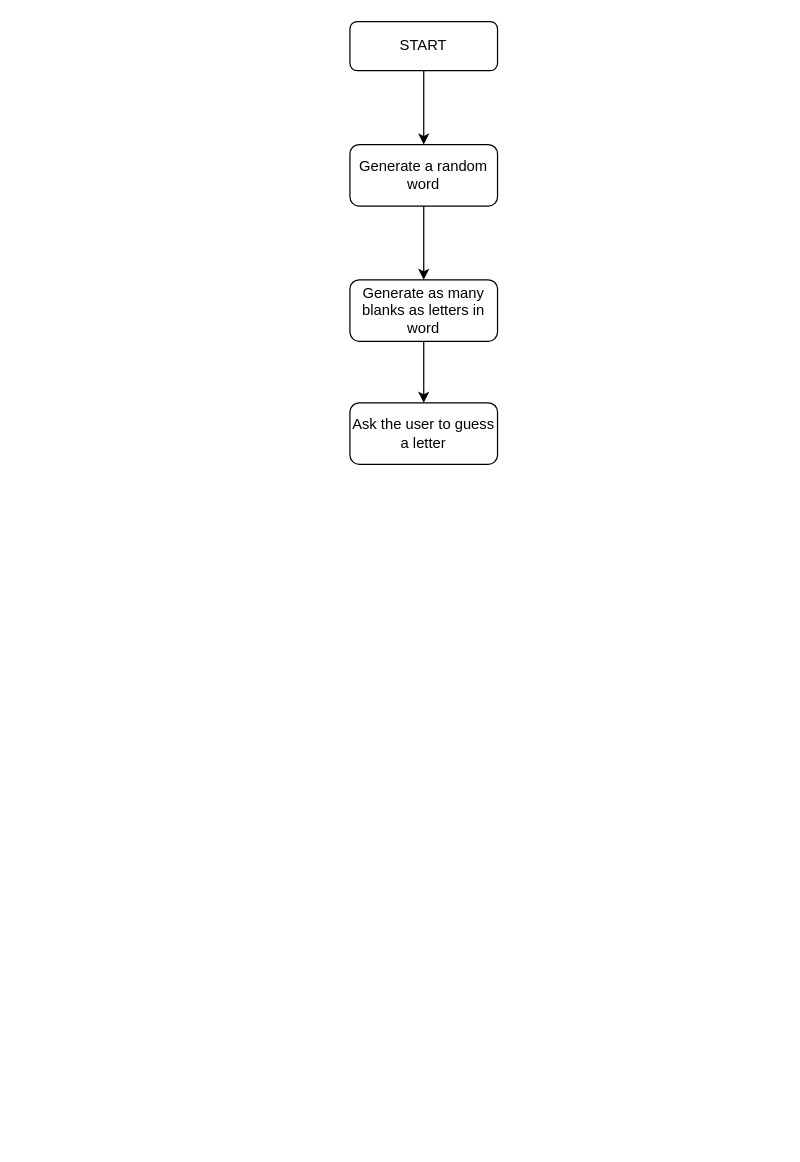
BertinAm/python keeps this draw.io diagram as Untitled Diagram.drawio. Above is the earlier version. Source tidied: cells renumbered, new cells numbered last; positions are measured from the earlier drawing's top-left corner, leaving out a move shared by most shapes. Both pictures are drawn from the tidied source at 123%, with x=0, y=0 at pixel (349, 21).
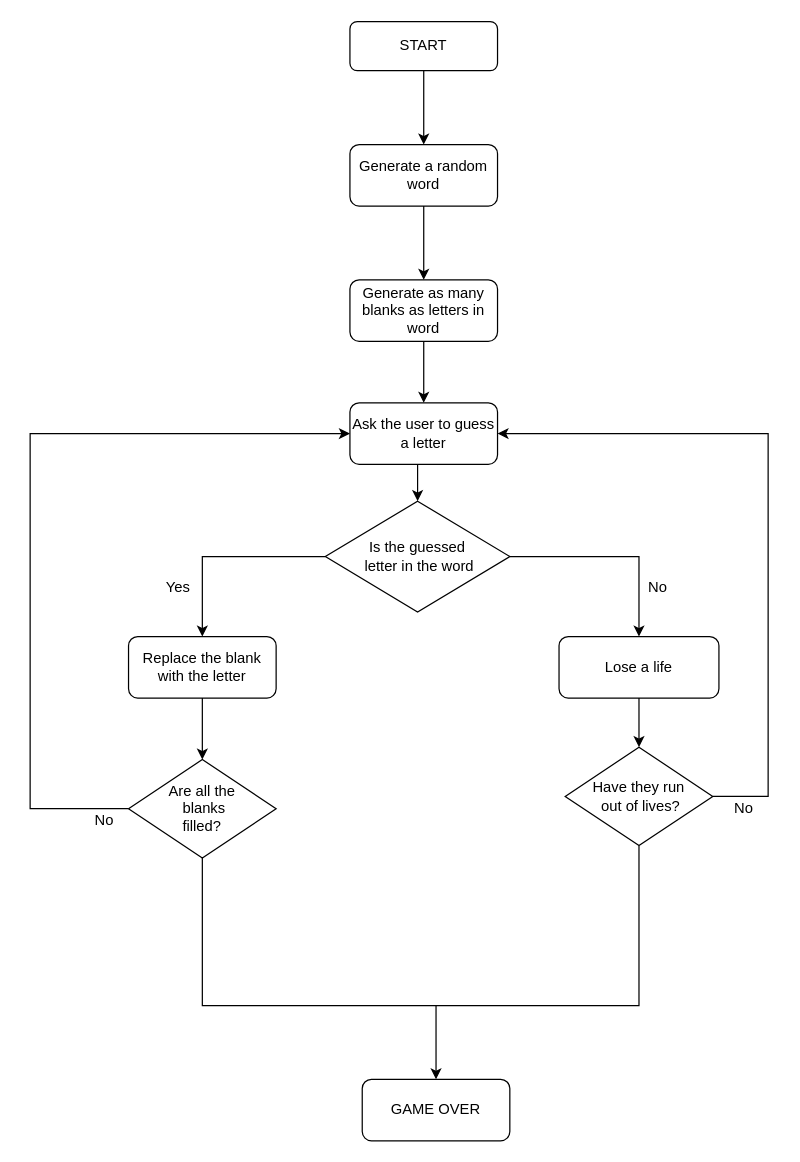
The same diagram, later.

The change refers to these unchanged cells:
```xml
<mxCell id="7" value="Ask the user to guess a letter" style="rounded=1;whiteSpace=wrap;html=1;" parent="1" vertex="1">
  <mxGeometry y="310" width="120" height="50" as="geometry" />
</mxCell>
```

What changed in the source:
```diff
@@
+    <mxCell id="9" style="edgeStyle=orthogonalEdgeStyle;rounded=0;jettySize=auto;html=1;entryX=0.5;entryY=0;entryDx=0;entryDy=0;" parent="1" edge="1" source="7" target="10">
+      <mxGeometry relative="1" as="geometry">
+        <Array as="points">
+          <mxPoint x="55" y="390" />
+          <mxPoint x="55" y="390" />
+        </Array>
+      </mxGeometry>
+    </mxCell>
@@
+    <mxCell id="10" value="Is the guessed&lt;br&gt;&amp;nbsp;letter in the word" style="rhombus;whiteSpace=wrap;html=1;" parent="1" vertex="1">
+      <mxGeometry x="-20" y="390" width="150" height="90" as="geometry" />
+    </mxCell>
+    <mxCell id="11" value="Replace the blank with the letter" style="rounded=1;whiteSpace=wrap;html=1;" parent="1" vertex="1">
+      <mxGeometry x="-180" y="500" width="120" height="50" as="geometry" />
+    </mxCell>
+    <mxCell id="12" style="endArrow=classic;html=1;rounded=0;exitX=0;exitY=0.5;exitDx=0;exitDy=0;entryX=0.5;entryY=0;entryDx=0;entryDy=0;" parent="1" edge="1" source="10" target="11">
+      <mxGeometry relative="1" as="geometry">
+        <Array as="points">
+          <mxPoint x="-120" y="435" />
+        </Array>
+      </mxGeometry>
+    </mxCell>
+    <mxCell id="13" value="Yes" style="text;html=1;align=center;verticalAlign=middle;strokeColor=none;fillColor=none;" parent="1" vertex="1">
+      <mxGeometry x="-160" y="445" width="40" height="30" as="geometry" />
+    </mxCell>
+    <mxCell id="14" style="edgeStyle=orthogonalEdgeStyle;rounded=0;jettySize=auto;html=1;" parent="1" edge="1" source="15" target="22">
+      <mxGeometry relative="1" as="geometry" />
+    </mxCell>
+    <mxCell id="15" value="Lose a life" style="rounded=1;whiteSpace=wrap;html=1;" parent="1" vertex="1">
+      <mxGeometry x="170" y="500" width="130" height="50" as="geometry" />
+    </mxCell>
+    <mxCell id="16" style="endArrow=classic;html=1;rounded=0;entryX=0.5;entryY=0;entryDx=0;entryDy=0;exitX=1;exitY=0.5;exitDx=0;exitDy=0;" parent="1" edge="1" source="10" target="15">
+      <mxGeometry relative="1" as="geometry">
+        <Array as="points">
+          <mxPoint x="235" y="435" />
+        </Array>
+      </mxGeometry>
+    </mxCell>
+    <mxCell id="17" value="No" style="text;html=1;align=center;verticalAlign=middle;strokeColor=none;fillColor=none;" parent="1" vertex="1">
+      <mxGeometry x="230" y="445" width="40" height="30" as="geometry" />
+    </mxCell>
+    <mxCell id="18" value="Are all the&lt;br&gt;&amp;nbsp;blanks&lt;br&gt;filled?" style="rhombus;whiteSpace=wrap;html=1;" parent="1" vertex="1">
+      <mxGeometry x="-180" y="600" width="120" height="80" as="geometry" />
+    </mxCell>
+    <mxCell id="19" style="endArrow=classic;html=1;rounded=0;exitX=0.5;exitY=1;exitDx=0;exitDy=0;entryX=0.5;entryY=0;entryDx=0;entryDy=0;" parent="1" edge="1" source="11" target="18">
+      <mxGeometry relative="1" as="geometry" />
+    </mxCell>
+    <mxCell id="20" style="endArrow=classic;html=1;rounded=0;exitX=0;exitY=0.5;exitDx=0;exitDy=0;entryX=0;entryY=0.5;entryDx=0;entryDy=0;" parent="1" edge="1" source="18" target="7">
+      <mxGeometry relative="1" as="geometry">
+        <Array as="points">
+          <mxPoint x="-260" y="640" />
+          <mxPoint x="-260" y="335" />
+        </Array>
+      </mxGeometry>
+    </mxCell>
+    <mxCell id="21" value="No" style="text;html=1;align=center;verticalAlign=middle;strokeColor=none;fillColor=none;" parent="1" vertex="1">
+      <mxGeometry x="-220" y="635" width="40" height="30" as="geometry" />
+    </mxCell>
+    <mxCell id="22" value="Have they run&lt;br&gt;&amp;nbsp;out of lives?" style="rhombus;whiteSpace=wrap;html=1;" parent="1" vertex="1">
+      <mxGeometry x="175" y="590" width="120" height="80" as="geometry" />
+    </mxCell>
+    <mxCell id="23" style="endArrow=none;html=1;rounded=0;exitX=0.5;exitY=1;exitDx=0;exitDy=0;entryX=0.5;entryY=1;entryDx=0;entryDy=0;" parent="1" edge="1" source="18" target="22">
+      <mxGeometry relative="1" as="geometry">
+        <Array as="points">
+          <mxPoint x="-120" y="800" />
+          <mxPoint x="60" y="800" />
+          <mxPoint x="235" y="800" />
+        </Array>
+      </mxGeometry>
+    </mxCell>
+    <mxCell id="24" value="GAME OVER" style="rounded=1;whiteSpace=wrap;html=1;" parent="1" vertex="1">
+      <mxGeometry x="10" y="860" width="120" height="50" as="geometry" />
+    </mxCell>
+    <mxCell id="25" style="endArrow=classic;html=1;rounded=0;" parent="1" edge="1" target="24">
+      <mxGeometry relative="1" as="geometry">
+        <mxPoint x="70" y="800" as="sourcePoint" />
+      </mxGeometry>
+    </mxCell>
+    <mxCell id="26" style="endArrow=classic;html=1;rounded=0;entryX=1;entryY=0.5;entryDx=0;entryDy=0;exitX=1;exitY=0.5;exitDx=0;exitDy=0;" parent="1" edge="1" source="22" target="7">
+      <mxGeometry relative="1" as="geometry">
+        <Array as="points">
+          <mxPoint x="340" y="630" />
+          <mxPoint x="340" y="335" />
+        </Array>
+      </mxGeometry>
+    </mxCell>
+    <mxCell id="27" value="No" style="text;html=1;align=center;verticalAlign=middle;strokeColor=none;fillColor=none;" parent="1" vertex="1">
+      <mxGeometry x="300" y="625" width="40" height="30" as="geometry" />
+    </mxCell>
```
